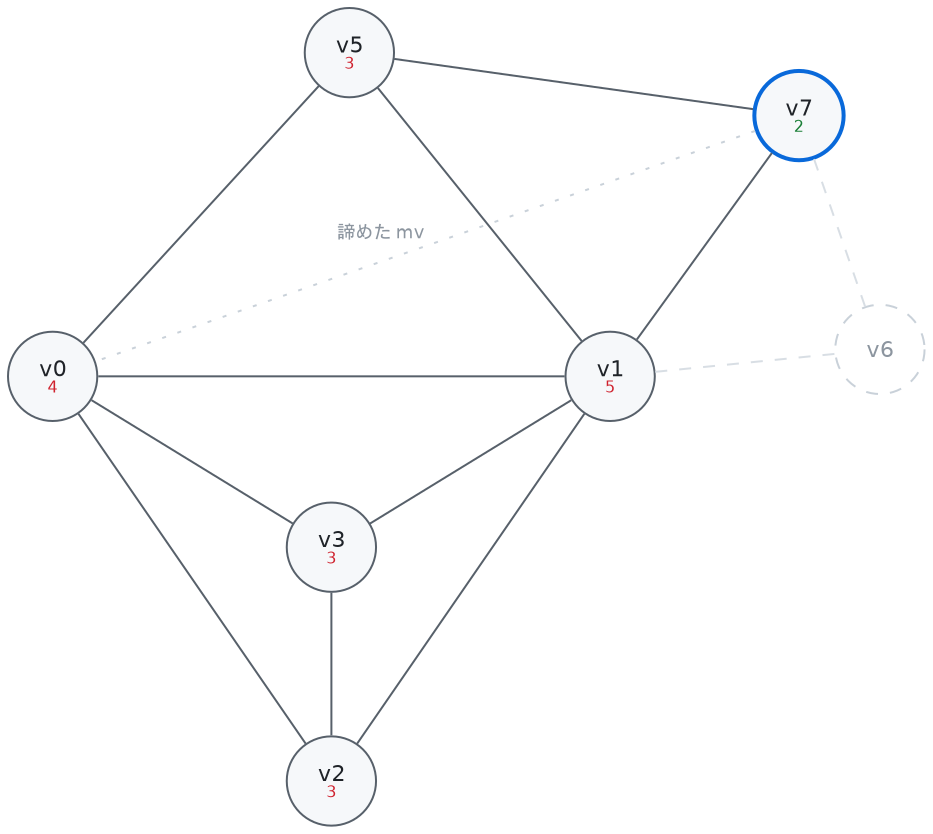
This is Sable/compiler/doc/figures/wt-4-freeze.png from aita/CompLab, a Graphviz export, as it was before one commit. Its source is kept beside it as Sable/compiler/doc/figures/wt-4-freeze.dot.
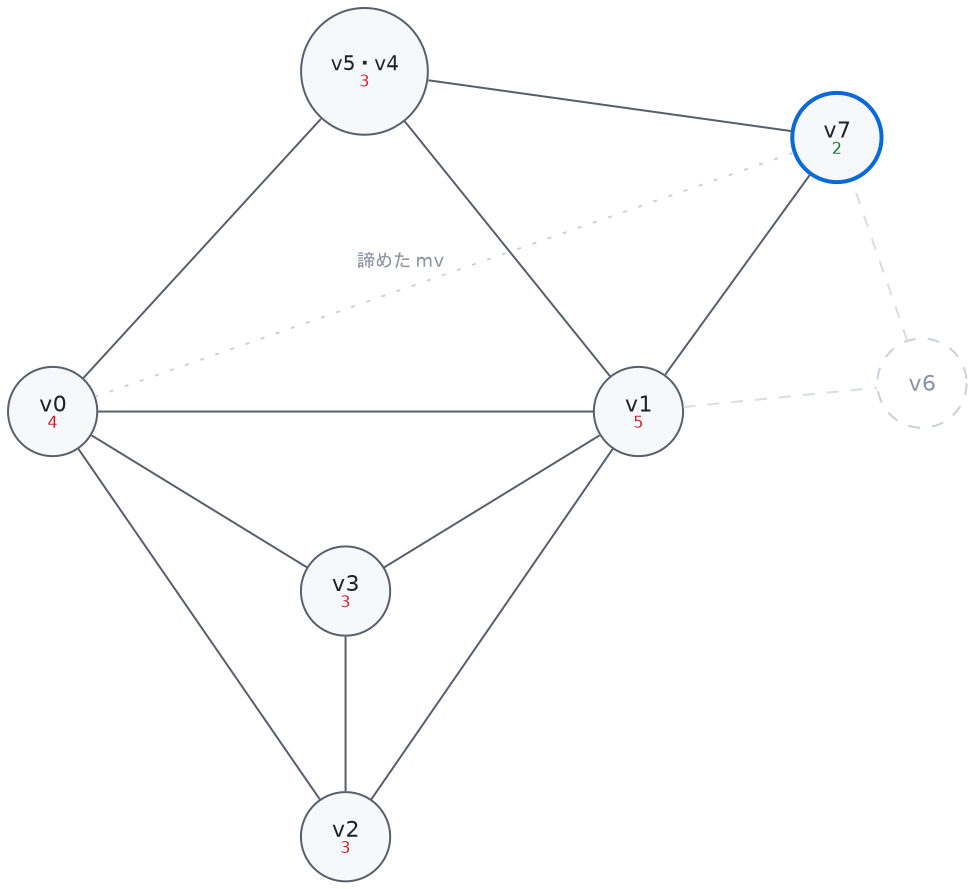
The same file after the commit.

Commit message:
Label the merged node with both registers it came from

What changed in the source:
```diff
@@ -11,7 +11,7 @@
   v1 [label = <v1<BR/><FONT POINT-SIZE="8" COLOR="#cf222e">5</FONT>>, fillcolor = "#f6f8fa", color = "#57606a" pos = "1.55,0.1!"];
   v2 [label = <v2<BR/><FONT POINT-SIZE="8" COLOR="#cf222e">3</FONT>>, fillcolor = "#f6f8fa", color = "#57606a" pos = "0,-2.15!"];
   v3 [label = <v3<BR/><FONT POINT-SIZE="8" COLOR="#cf222e">3</FONT>>, fillcolor = "#f6f8fa", color = "#57606a" pos = "0,-0.85!"];
-  v5 [label = <v5<BR/><FONT POINT-SIZE="8" COLOR="#cf222e">3</FONT>>, fillcolor = "#f6f8fa", color = "#57606a" pos = "0.1,1.9!"];
+  v5 [width = 0.88, fontsize = 10, label = <v5・v4<BR/><FONT POINT-SIZE="8" COLOR="#cf222e">3</FONT>>, fillcolor = "#f6f8fa", color = "#57606a" pos = "0.1,1.9!"];
   v7 [label = <v7<BR/><FONT POINT-SIZE="8" COLOR="#1a7f37">2</FONT>>, fillcolor = "#f6f8fa", color = "#0969da", penwidth = 2 pos = "2.6,1.55!"];
   v6 [label = <<FONT COLOR="#8c959f">v6</FONT>>, style = "filled,dashed", fillcolor = "#ffffff", color = "#c9d1d9" pos = "3.05,0.25!"];
   v0 -- v1 [color = "#57606a"];
```
